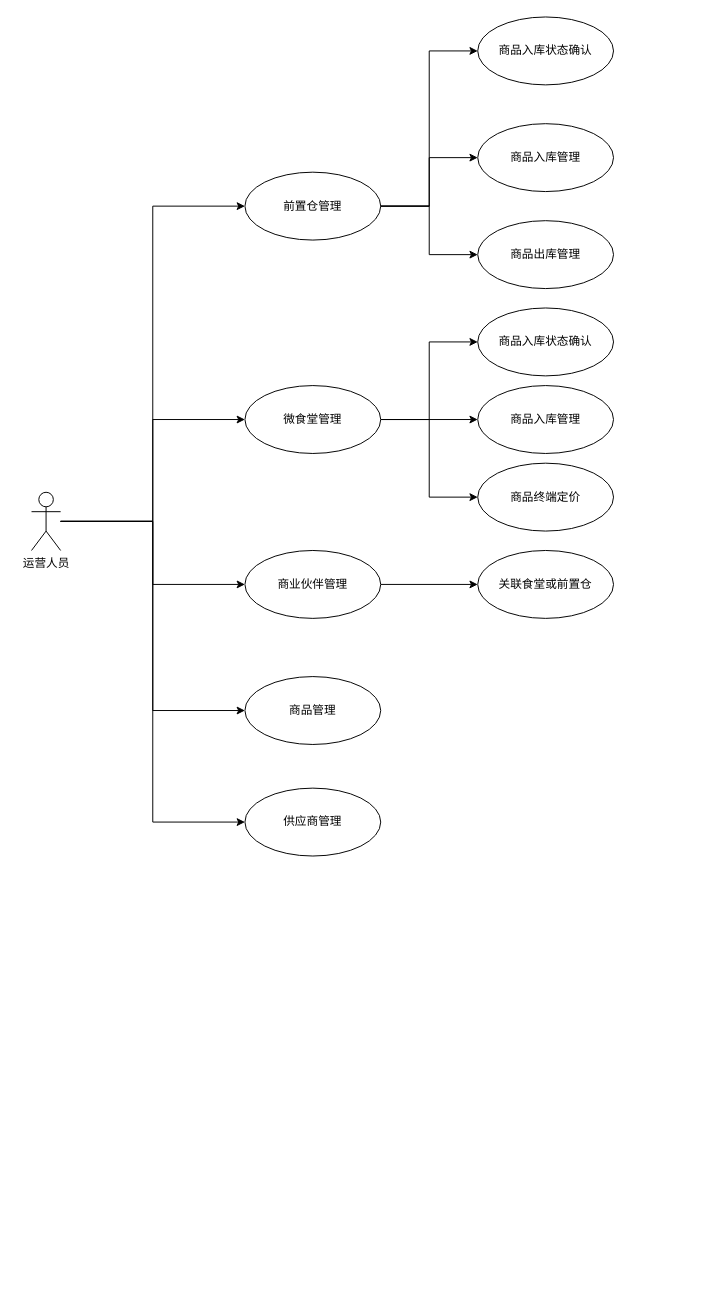
This is page "运营管理人员" (1 of 2) of 食物觉醒用例图.drawio from fgliu-andy/doc, a draw.io file, before an edit. Source tidied: cells renumbered, new cells numbered last; positions are measured from the earlier drawing's top-left corner, leaving out a move shared by most shapes. Both pictures are drawn from the tidied source at 97%, with x=0, y=0 at pixel (31, 16).
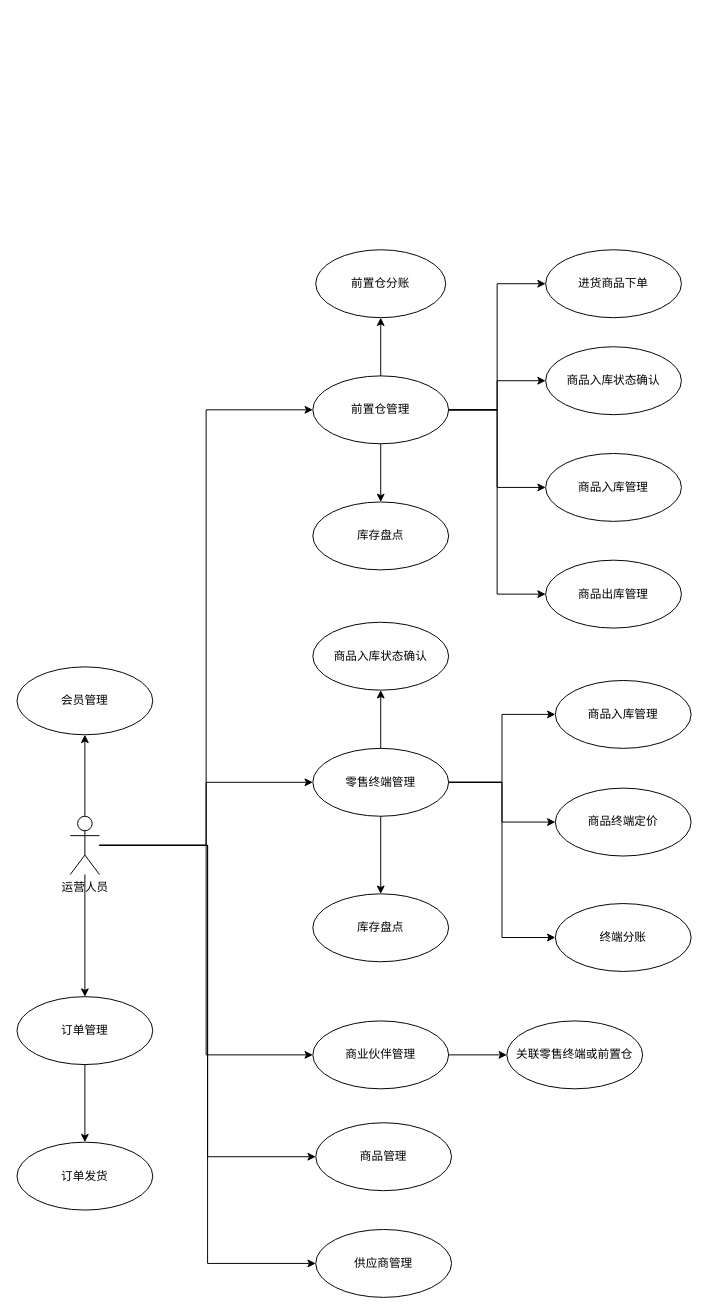
The same page after the edit.

Commit message:
更新食物觉醒用例图.drawio

Diff of the diagram source:
```diff
@@
+    <mxCell id="27" style="edgeStyle=orthogonalEdgeStyle;rounded=0;jettySize=auto;html=1;entryX=0.5;entryY=1;entryDx=0;entryDy=0;" parent="1" edge="1" source="7" target="38">
+      <mxGeometry relative="1" as="geometry" />
+    </mxCell>
+    <mxCell id="28" style="edgeStyle=orthogonalEdgeStyle;rounded=0;jettySize=auto;html=1;" parent="1" edge="1" source="7" target="40">
+      <mxGeometry relative="1" as="geometry" />
+    </mxCell>
     <mxCell id="7" value="运营人员" style="shape=umlActor;verticalLabelPosition=bottom;verticalAlign=top;html=1;outlineConnect=0;" parent="1" vertex="1">
-      <mxGeometry y="490" width="30" height="60" as="geometry" />
+      <mxGeometry x="40" y="824" width="30" height="60" as="geometry" />
     </mxCell>
@@
+    <mxCell id="29" style="edgeStyle=orthogonalEdgeStyle;rounded=0;jettySize=auto;html=1;entryX=0;entryY=0.5;entryDx=0;entryDy=0;" parent="1" edge="1" source="11" target="36">
+      <mxGeometry relative="1" as="geometry" />
+    </mxCell>
+    <mxCell id="30" style="edgeStyle=orthogonalEdgeStyle;rounded=0;jettySize=auto;html=1;" parent="1" edge="1" source="11" target="37">
+      <mxGeometry relative="1" as="geometry" />
+    </mxCell>
-    <mxCell id="10" style="edgeStyle=orthogonalEdgeStyle;rounded=0;jettySize=auto;html=1;entryX=0;entryY=0.5;entryDx=0;entryDy=0;" parent="1" edge="1" source="11" target="25">
+    <mxCell id="10" style="edgeStyle=orthogonalEdgeStyle;rounded=0;jettySize=auto;html=1;entryX=0.5;entryY=1;entryDx=0;entryDy=0;" parent="1" edge="1" source="11" target="25">
       <mxGeometry relative="1" as="geometry" />
     </mxCell>
-    <mxCell id="11" value="微食堂管理" style="ellipse;whiteSpace=wrap;html=1;" parent="1" vertex="1">
-      <mxGeometry x="220" y="380" width="140" height="70" as="geometry" />
+    <mxCell id="11" value="零售终端管理" style="ellipse;whiteSpace=wrap;html=1;" parent="1" vertex="1">
+      <mxGeometry x="290" y="754" width="140" height="70" as="geometry" />
     </mxCell>
@@
-    <mxCell id="13" style="edgeStyle=orthogonalEdgeStyle;rounded=0;jettySize=auto;html=1;" parent="1" edge="1" source="15" target="23">
+    <mxCell id="13" style="edgeStyle=orthogonalEdgeStyle;rounded=0;jettySize=auto;html=1;entryX=0;entryY=0.5;entryDx=0;entryDy=0;" parent="1" edge="1" source="15" target="23">
       <mxGeometry relative="1" as="geometry" />
     </mxCell>
@@
+    <mxCell id="31" style="edgeStyle=orthogonalEdgeStyle;rounded=0;jettySize=auto;html=1;entryX=0;entryY=0.5;entryDx=0;entryDy=0;" parent="1" edge="1" source="15" target="34">
+      <mxGeometry relative="1" as="geometry" />
+    </mxCell>
+    <mxCell id="32" style="edgeStyle=orthogonalEdgeStyle;rounded=0;jettySize=auto;html=1;entryX=0.5;entryY=0;entryDx=0;entryDy=0;" parent="1" edge="1" source="15" target="35">
+      <mxGeometry relative="1" as="geometry" />
+    </mxCell>
+    <mxCell id="33" style="edgeStyle=orthogonalEdgeStyle;rounded=0;jettySize=auto;html=1;entryX=0.5;entryY=1;entryDx=0;entryDy=0;" parent="1" edge="1" source="15" target="42">
+      <mxGeometry relative="1" as="geometry" />
+    </mxCell>
     <mxCell id="15" value="前置仓管理" style="ellipse;whiteSpace=wrap;html=1;" parent="1" vertex="1">
-      <mxGeometry x="220" y="160" width="140" height="70" as="geometry" />
+      <mxGeometry x="290" y="370" width="140" height="70" as="geometry" />
     </mxCell>
@@
     <mxCell id="17" value="商业伙伴管理" style="ellipse;whiteSpace=wrap;html=1;" parent="1" vertex="1">
-      <mxGeometry x="220" y="550" width="140" height="70" as="geometry" />
+      <mxGeometry x="290" y="1035" width="140" height="70" as="geometry" />
     </mxCell>
     <mxCell id="18" value="商品管理" style="ellipse;whiteSpace=wrap;html=1;" parent="1" vertex="1">
-      <mxGeometry x="220" y="680" width="140" height="70" as="geometry" />
+      <mxGeometry x="293" y="1140" width="140" height="70" as="geometry" />
     </mxCell>
     <mxCell id="19" value="商品入库管理" style="ellipse;whiteSpace=wrap;html=1;" parent="1" vertex="1">
-      <mxGeometry x="460" y="110" width="140" height="70" as="geometry" />
+      <mxGeometry x="530" y="450" width="140" height="70" as="geometry" />
     </mxCell>
     <mxCell id="20" value="商品入库管理" style="ellipse;whiteSpace=wrap;html=1;" parent="1" vertex="1">
-      <mxGeometry x="460" y="380" width="140" height="70" as="geometry" />
+      <mxGeometry x="540" y="684" width="140" height="70" as="geometry" />
     </mxCell>
-    <mxCell id="21" value="关联食堂或前置仓" style="ellipse;whiteSpace=wrap;html=1;" parent="1" vertex="1">
-      <mxGeometry x="460" y="550" width="140" height="70" as="geometry" />
+    <mxCell id="21" value="关联零售终端或前置仓" style="ellipse;whiteSpace=wrap;html=1;" parent="1" vertex="1">
+      <mxGeometry x="490" y="1035" width="140" height="70" as="geometry" />
     </mxCell>
     <mxCell id="22" value="商品终端定价" style="ellipse;whiteSpace=wrap;html=1;" parent="1" vertex="1">
-      <mxGeometry x="460" y="460" width="140" height="70" as="geometry" />
+      <mxGeometry x="540" y="795" width="140" height="70" as="geometry" />
     </mxCell>
     <mxCell id="23" value="商品出库管理" style="ellipse;whiteSpace=wrap;html=1;" parent="1" vertex="1">
-      <mxGeometry x="460" y="210" width="140" height="70" as="geometry" />
+      <mxGeometry x="530" y="560" width="140" height="70" as="geometry" />
     </mxCell>
     <mxCell id="24" value="商品入库状态确认" style="ellipse;whiteSpace=wrap;html=1;" parent="1" vertex="1">
-      <mxGeometry x="460" width="140" height="70" as="geometry" />
+      <mxGeometry x="530" y="340" width="140" height="70" as="geometry" />
     </mxCell>
     <mxCell id="25" value="商品入库状态确认" style="ellipse;whiteSpace=wrap;html=1;" parent="1" vertex="1">
-      <mxGeometry x="460" y="300" width="140" height="70" as="geometry" />
+      <mxGeometry x="290" y="624" width="140" height="70" as="geometry" />
     </mxCell>
     <mxCell id="26" value="供应商管理" style="ellipse;whiteSpace=wrap;html=1;" parent="1" vertex="1">
-      <mxGeometry x="220" y="795" width="140" height="70" as="geometry" />
+      <mxGeometry x="293" y="1250" width="140" height="70" as="geometry" />
     </mxCell>
+    <mxCell id="34" value="进货商品下单" style="ellipse;whiteSpace=wrap;html=1;" parent="1" vertex="1">
+      <mxGeometry x="530" y="240" width="140" height="70" as="geometry" />
+    </mxCell>
+    <mxCell id="35" value="库存盘点" style="ellipse;whiteSpace=wrap;html=1;" parent="1" vertex="1">
+      <mxGeometry x="290" y="500" width="140" height="70" as="geometry" />
+    </mxCell>
+    <mxCell id="36" value="终端分账" style="ellipse;whiteSpace=wrap;html=1;" parent="1" vertex="1">
+      <mxGeometry x="540" y="914" width="140" height="70" as="geometry" />
+    </mxCell>
+    <mxCell id="37" value="库存盘点" style="ellipse;whiteSpace=wrap;html=1;" parent="1" vertex="1">
+      <mxGeometry x="290" y="904" width="140" height="70" as="geometry" />
+    </mxCell>
+    <mxCell id="38" value="会员管理" style="ellipse;whiteSpace=wrap;html=1;" parent="1" vertex="1">
+      <mxGeometry x="-15" y="670" width="140" height="70" as="geometry" />
+    </mxCell>
+    <mxCell id="39" style="edgeStyle=orthogonalEdgeStyle;rounded=0;jettySize=auto;html=1;" parent="1" edge="1" source="40" target="41">
+      <mxGeometry relative="1" as="geometry" />
+    </mxCell>
+    <mxCell id="40" value="订单管理" style="ellipse;whiteSpace=wrap;html=1;" parent="1" vertex="1">
+      <mxGeometry x="-15" y="1010" width="140" height="70" as="geometry" />
+    </mxCell>
+    <mxCell id="41" value="订单发货" style="ellipse;whiteSpace=wrap;html=1;" parent="1" vertex="1">
+      <mxGeometry x="-15" y="1160" width="140" height="70" as="geometry" />
+    </mxCell>
+    <mxCell id="42" value="前置仓分账" style="ellipse;whiteSpace=wrap;html=1;" parent="1" vertex="1">
+      <mxGeometry x="293" y="240" width="134" height="70" as="geometry" />
+    </mxCell>
```
